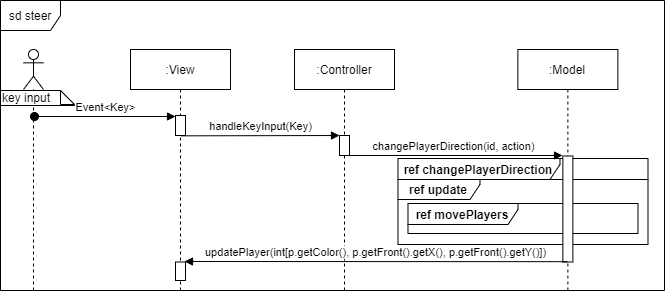
Earlier version of the draw.io export Doku/images/SD_UC4Steer.png (KjellooMelloo/gameoftrons). Source tidied: cells renumbered, new cells last; positions are measured from the earlier drawing's top-left corner, leaving out a move shared by most shapes.
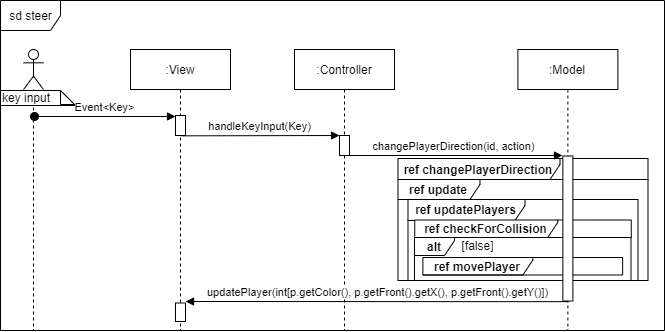
After the change.

Commit message:
added AD for relevant methods, updated doc, renamed movePlayers->updatePlayers, reworked sd4+5

The edit, as a diff of the source:
```diff
@@ -3,62 +3,74 @@
     <mxCell id="0" />
     <mxCell id="1" parent="0" />
     <mxCell id="2" value="sd steer" style="shape=umlFrame;whiteSpace=wrap;html=1;fillColor=#ffffff;" parent="1" vertex="1">
-      <mxGeometry width="664" height="290" as="geometry" />
+      <mxGeometry width="664" height="330" as="geometry" />
     </mxCell>
-    <mxCell id="3" value=":Model" style="shape=umlLifeline;perimeter=lifelinePerimeter;whiteSpace=wrap;html=1;" parent="1" vertex="1">
-      <mxGeometry x="517.4" y="49" width="100" height="241" as="geometry" />
+    <mxCell id="3" value="&lt;b&gt;ref movePlayer&lt;/b&gt;" style="shape=umlFrame;whiteSpace=wrap;html=1;fillColor=#ffffff;width=110;height=21;" parent="1" vertex="1">
+      <mxGeometry x="422.4" y="257" width="199.8" height="17.5" as="geometry" />
     </mxCell>
-    <mxCell id="4" value="&lt;b&gt;ref update&lt;/b&gt;" style="shape=umlFrame;whiteSpace=wrap;html=1;fillColor=#ffffff;width=82;height=20;" parent="1" vertex="1">
-      <mxGeometry x="397.5" y="179" width="250" height="65" as="geometry" />
+    <mxCell id="4" value="&lt;b&gt;ref changePlayerDirection&lt;/b&gt;" style="shape=umlFrame;whiteSpace=wrap;html=1;fillColor=#ffffff;width=162;height=21;" parent="1" vertex="1">
+      <mxGeometry x="397.5" y="158" width="250" height="21" as="geometry" />
     </mxCell>
-    <mxCell id="5" value="&lt;b&gt;ref movePlayers&lt;/b&gt;" style="shape=umlFrame;whiteSpace=wrap;html=1;fillColor=#ffffff;width=110;height=21;" parent="1" vertex="1">
-      <mxGeometry x="407.5" y="203" width="230" height="30" as="geometry" />
+    <mxCell id="5" value="&lt;b&gt;ref update&lt;/b&gt;" style="shape=umlFrame;whiteSpace=wrap;html=1;fillColor=#ffffff;width=82;height=20;" parent="1" vertex="1">
+      <mxGeometry x="397.5" y="179" width="250" height="101" as="geometry" />
     </mxCell>
-    <mxCell id="6" value="&lt;b&gt;ref changePlayerDirection&lt;/b&gt;" style="shape=umlFrame;whiteSpace=wrap;html=1;fillColor=#ffffff;width=162;height=21;" parent="1" vertex="1">
-      <mxGeometry x="397.5" y="158" width="250" height="21" as="geometry" />
+    <mxCell id="6" value="&lt;b&gt;ref updatePlayers&lt;/b&gt;" style="shape=umlFrame;whiteSpace=wrap;html=1;fillColor=#ffffff;width=117;height=21;" parent="1" vertex="1">
+      <mxGeometry x="407.5" y="199" width="230" height="81" as="geometry" />
     </mxCell>
-    <mxCell id="7" style="html=1;perimeter=orthogonalPerimeter;" parent="1" vertex="1">
-      <mxGeometry x="562.4" y="155.5" width="10" height="106" as="geometry" />
+    <mxCell id="7" value="&lt;b&gt;ref checkForCollision&lt;/b&gt;" style="shape=umlFrame;whiteSpace=wrap;html=1;fillColor=#ffffff;width=143;height=18;" parent="1" vertex="1">
+      <mxGeometry x="414.2" y="219.5" width="216.5" height="17.5" as="geometry" />
     </mxCell>
-    <mxCell id="8" value=":View" style="shape=umlLifeline;perimeter=lifelinePerimeter;whiteSpace=wrap;html=1;" parent="1" vertex="1">
-      <mxGeometry x="130" y="49" width="100" height="241" as="geometry" />
+    <mxCell id="8" value="&lt;b&gt;alt&lt;/b&gt;" style="shape=umlFrame;whiteSpace=wrap;html=1;fillColor=#ffffff;width=40;height=18;" parent="1" vertex="1">
+      <mxGeometry x="414" y="237" width="216.5" height="43" as="geometry" />
     </mxCell>
-    <mxCell id="9" style="html=1;points=[];perimeter=orthogonalPerimeter;" parent="8" vertex="1">
-      <mxGeometry x="45" y="66" width="10" height="20" as="geometry" />
+    <mxCell id="9" value=":Model" style="shape=umlLifeline;perimeter=lifelinePerimeter;whiteSpace=wrap;html=1;outlineConnect=0;" parent="1" vertex="1">
+      <mxGeometry x="517.4" y="49" width="100" height="281" as="geometry" />
     </mxCell>
-    <mxCell id="10" style="shape=umlLifeline;participant=umlActor;perimeter=lifelinePerimeter;whiteSpace=wrap;html=1;verticalAlign=top;spacingTop=36;labelBackgroundColor=#ffffff;" parent="1" vertex="1">
-      <mxGeometry x="23" y="49" width="20" height="241" as="geometry" />
+    <mxCell id="10" style="html=1;perimeter=orthogonalPerimeter;" parent="1" vertex="1">
+      <mxGeometry x="562.4" y="155.5" width="10" height="145" as="geometry" />
     </mxCell>
-    <mxCell id="11" value=":Controller" style="shape=umlLifeline;perimeter=lifelinePerimeter;whiteSpace=wrap;html=1;outlineConnect=0;" parent="1" vertex="1">
-      <mxGeometry x="294" y="49" width="100" height="241" as="geometry" />
+    <mxCell id="11" value=":View" style="shape=umlLifeline;perimeter=lifelinePerimeter;whiteSpace=wrap;html=1;outlineConnect=0;" parent="1" vertex="1">
+      <mxGeometry x="130" y="49" width="100" height="281" as="geometry" />
     </mxCell>
     <mxCell id="12" style="html=1;points=[];perimeter=orthogonalPerimeter;" parent="11" vertex="1">
-      <mxGeometry x="45" y="86" width="10" height="20" as="geometry" />
+      <mxGeometry x="45" y="66" width="10" height="20" as="geometry" />
     </mxCell>
-    <mxCell id="13" value="key input" style="shape=note;whiteSpace=wrap;html=1;size=14;verticalAlign=top;align=left;spacingTop=-6;" parent="1" vertex="1">
-      <mxGeometry y="90" width="74" height="15" as="geometry" />
+    <mxCell id="13" style="shape=umlLifeline;participant=umlActor;perimeter=lifelinePerimeter;whiteSpace=wrap;html=1;verticalAlign=top;spacingTop=36;labelBackgroundColor=#ffffff;" parent="1" vertex="1">
+      <mxGeometry x="23" y="49" width="20" height="281" as="geometry" />
     </mxCell>
-    <mxCell id="14" value="Event&amp;lt;Key&amp;gt;" style="html=1;verticalAlign=bottom;startArrow=oval;endArrow=block;startSize=8;" parent="1" edge="1" target="9">
-      <mxGeometry relative="1" as="geometry">
-        <mxPoint x="34" y="116" as="sourcePoint" />
-      </mxGeometry>
+    <mxCell id="14" value=":Controller" style="shape=umlLifeline;perimeter=lifelinePerimeter;whiteSpace=wrap;html=1;outlineConnect=0;" parent="1" vertex="1">
+      <mxGeometry x="294" y="49" width="100" height="281" as="geometry" />
     </mxCell>
-    <mxCell id="15" value="handleKeyInput(Key)" style="html=1;verticalAlign=bottom;endArrow=block;entryX=0;entryY=0;exitX=0.567;exitY=1.017;exitDx=0;exitDy=0;exitPerimeter=0;" parent="1" edge="1" source="9" target="12">
-      <mxGeometry relative="1" as="geometry" />
+    <mxCell id="15" style="html=1;points=[];perimeter=orthogonalPerimeter;" parent="14" vertex="1">
+      <mxGeometry x="45" y="86" width="10" height="20" as="geometry" />
     </mxCell>
-    <mxCell id="16" value="changePlayerDirection(id, action)" style="html=1;verticalAlign=bottom;endArrow=block;entryX=0;entryY=0;" parent="1" edge="1" source="11">
-      <mxGeometry relative="1" as="geometry">
-        <mxPoint x="562" y="155" as="targetPoint" />
-      </mxGeometry>
+    <mxCell id="16" value="key input" style="shape=note;whiteSpace=wrap;html=1;size=14;verticalAlign=top;align=left;spacingTop=-6;" parent="1" vertex="1">
+      <mxGeometry y="90" width="74" height="15" as="geometry" />
     </mxCell>
-    <mxCell id="17" style="html=1;perimeter=orthogonalPerimeter;" parent="1" vertex="1">
-      <mxGeometry x="175" y="261.5" width="10" height="18.5" as="geometry" />
+    <mxCell id="17" value="Event&amp;lt;Key&amp;gt;" style="html=1;verticalAlign=bottom;startArrow=oval;endArrow=block;startSize=8;" parent="1" edge="1" target="12">
+      <mxGeometry relative="1" as="geometry">
+        <mxPoint x="34" y="116" as="sourcePoint" />
+      </mxGeometry>
     </mxCell>
-    <mxCell id="18" value="updatePlayer(int[p.getColor(), p.getFront().getX(), p.getFront().getY()])" style="html=1;verticalAlign=bottom;endArrow=none;startArrow=block;startFill=1;endFill=0;" parent="1" edge="1">
-      <mxGeometry relative="1" as="geometry">
-        <mxPoint x="184" y="261" as="sourcePoint" />
-        <mxPoint x="566.9" y="261.2" as="targetPoint" />
-      </mxGeometry>
+    <mxCell id="18" value="handleKeyInput(Key)" style="html=1;verticalAlign=bottom;endArrow=block;entryX=0;entryY=0;exitX=0.567;exitY=1.017;exitDx=0;exitDy=0;exitPerimeter=0;" parent="1" edge="1" source="12" target="15">
+      <mxGeometry relative="1" as="geometry" />
     </mxCell>
+    <mxCell id="19" value="changePlayerDirection(id, action)" style="html=1;verticalAlign=bottom;endArrow=block;entryX=0;entryY=0;" parent="1" edge="1" source="14">
+      <mxGeometry relative="1" as="geometry">
+        <mxPoint x="562" y="155" as="targetPoint" />
+      </mxGeometry>
+    </mxCell>
+    <mxCell id="20" style="html=1;perimeter=orthogonalPerimeter;" parent="1" vertex="1">
+      <mxGeometry x="175" y="302.5" width="10" height="18.5" as="geometry" />
+    </mxCell>
+    <mxCell id="21" value="updatePlayer(int[p.getColor(), p.getFront().getX(), p.getFront().getY()])" style="html=1;verticalAlign=bottom;endArrow=none;startArrow=block;startFill=1;endFill=0;" parent="1" edge="1">
+      <mxGeometry relative="1" as="geometry">
+        <mxPoint x="185.1" y="301" as="sourcePoint" />
+        <mxPoint x="567.9" y="301.2" as="targetPoint" />
+      </mxGeometry>
+    </mxCell>
+    <mxCell id="22" value="[false]" style="text;html=1;align=center;verticalAlign=middle;" parent="1" vertex="1">
+      <mxGeometry x="452" y="234.5" width="50" height="20" as="geometry" />
+    </mxCell>
   </root>
 </mxGraphModel>
```
